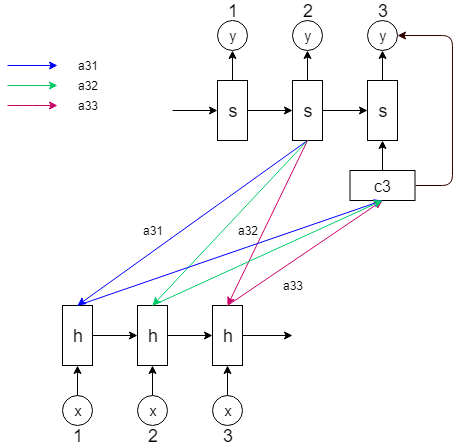
lyzKF/lyzKF.github.io keeps this draw.io diagram as img/seq2seq-atten.png. Above is the earlier version. Source tidied: cells renumbered, new cells last; positions are measured from the earlier drawing's top-left corner, leaving out a move shared by most shapes.
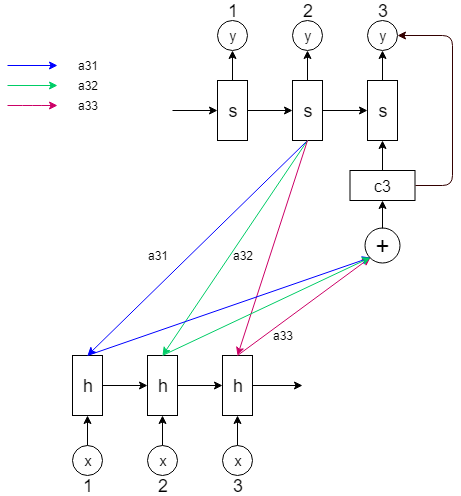
After the change.

The edit, as a diff of the source:
```diff
@@ -18,22 +18,22 @@
       <mxGeometry relative="1" as="geometry" />
     </mxCell>
     <mxCell id="7" value="&lt;font style=&quot;font-size: 18px&quot;&gt;h&lt;/font&gt;" style="rounded=0;whiteSpace=wrap;html=1;" parent="1" vertex="1">
-      <mxGeometry x="55" y="305" width="30" height="60" as="geometry" />
+      <mxGeometry x="65" y="355" width="30" height="60" as="geometry" />
     </mxCell>
     <mxCell id="8" value="&lt;font style=&quot;font-size: 14px&quot;&gt;x&lt;/font&gt;" style="ellipse;whiteSpace=wrap;html=1;" parent="1" vertex="1">
-      <mxGeometry x="55" y="395" width="30" height="30" as="geometry" />
+      <mxGeometry x="65" y="445" width="30" height="30" as="geometry" />
     </mxCell>
     <mxCell id="9" value="&lt;font style=&quot;font-size: 18px&quot;&gt;h&lt;/font&gt;" style="rounded=0;whiteSpace=wrap;html=1;" parent="1" vertex="1">
-      <mxGeometry x="130" y="305" width="30" height="60" as="geometry" />
+      <mxGeometry x="140" y="355" width="30" height="60" as="geometry" />
     </mxCell>
     <mxCell id="10" value="&lt;font style=&quot;font-size: 14px&quot;&gt;x&lt;/font&gt;" style="ellipse;whiteSpace=wrap;html=1;" parent="1" vertex="1">
-      <mxGeometry x="130" y="395" width="30" height="30" as="geometry" />
+      <mxGeometry x="140" y="445" width="30" height="30" as="geometry" />
     </mxCell>
     <mxCell id="11" value="&lt;font style=&quot;font-size: 18px&quot;&gt;h&lt;/font&gt;" style="rounded=0;whiteSpace=wrap;html=1;" parent="1" vertex="1">
-      <mxGeometry x="205" y="305" width="30" height="60" as="geometry" />
+      <mxGeometry x="215" y="355" width="30" height="60" as="geometry" />
     </mxCell>
     <mxCell id="12" value="&lt;font style=&quot;font-size: 14px&quot;&gt;x&lt;/font&gt;" style="ellipse;whiteSpace=wrap;html=1;" parent="1" vertex="1">
-      <mxGeometry x="205" y="395" width="30" height="30" as="geometry" />
+      <mxGeometry x="215" y="445" width="30" height="30" as="geometry" />
     </mxCell>
     <mxCell id="13" style="endArrow=classic;html=1;entryX=0;entryY=0.5;entryDx=0;entryDy=0;exitX=1;exitY=0.5;exitDx=0;exitDy=0;" parent="1" edge="1" source="7" target="9">
       <mxGeometry relative="1" as="geometry" />
@@ -51,13 +51,13 @@
       <mxGeometry relative="1" as="geometry" />
     </mxCell>
     <mxCell id="18" value="&lt;font style=&quot;font-size: 18px&quot;&gt;3&lt;/font&gt;" style="text;html=1;strokeColor=none;fillColor=none;align=center;verticalAlign=middle;whiteSpace=wrap;rounded=0;" parent="1" vertex="1">
-      <mxGeometry x="200" y="425" width="40" height="20" as="geometry" />
+      <mxGeometry x="210" y="475" width="40" height="20" as="geometry" />
     </mxCell>
     <mxCell id="19" value="&lt;font style=&quot;font-size: 18px&quot;&gt;2&lt;/font&gt;" style="text;html=1;strokeColor=none;fillColor=none;align=center;verticalAlign=middle;whiteSpace=wrap;rounded=0;" parent="1" vertex="1">
-      <mxGeometry x="125" y="425" width="40" height="20" as="geometry" />
+      <mxGeometry x="135" y="475" width="40" height="20" as="geometry" />
     </mxCell>
     <mxCell id="20" value="&lt;font style=&quot;font-size: 18px&quot;&gt;1&lt;/font&gt;" style="text;html=1;strokeColor=none;fillColor=none;align=center;verticalAlign=middle;whiteSpace=wrap;rounded=0;" parent="1" vertex="1">
-      <mxGeometry x="50" y="425" width="40" height="20" as="geometry" />
+      <mxGeometry x="60" y="475" width="40" height="20" as="geometry" />
     </mxCell>
     <mxCell id="21" value="&lt;font style=&quot;font-size: 14px&quot;&gt;y&lt;/font&gt;" style="ellipse;whiteSpace=wrap;html=1;" parent="1" vertex="1">
       <mxGeometry x="210" y="20" width="30" height="30" as="geometry" />
@@ -87,24 +87,24 @@
       <mxGeometry relative="1" as="geometry" />
     </mxCell>
     <mxCell id="30" value="a31" style="text;html=1;strokeColor=none;fillColor=none;align=center;verticalAlign=middle;whiteSpace=wrap;rounded=0;" parent="1" vertex="1">
-      <mxGeometry x="125" y="220" width="40" height="20" as="geometry" />
+      <mxGeometry x="130" y="245" width="40" height="20" as="geometry" />
     </mxCell>
     <mxCell id="31" value="a33" style="text;html=1;strokeColor=none;fillColor=none;align=center;verticalAlign=middle;whiteSpace=wrap;rounded=0;" parent="1" vertex="1">
-      <mxGeometry x="265" y="275" width="40" height="20" as="geometry" />
+      <mxGeometry x="255" y="325" width="40" height="20" as="geometry" />
     </mxCell>
     <mxCell id="32" value="a32" style="text;html=1;strokeColor=none;fillColor=none;align=center;verticalAlign=middle;whiteSpace=wrap;rounded=0;" parent="1" vertex="1">
-      <mxGeometry x="220" y="220" width="40" height="20" as="geometry" />
+      <mxGeometry x="215" y="245" width="40" height="20" as="geometry" />
     </mxCell>
     <mxCell id="33" value="&lt;font style=&quot;font-size: 16px&quot;&gt;c3&lt;/font&gt;" style="rounded=0;whiteSpace=wrap;html=1;fontSize=16;" parent="1" vertex="1">
       <mxGeometry x="342.5" y="170" width="65" height="30" as="geometry" />
     </mxCell>
-    <mxCell id="34" style="endArrow=classic;html=1;entryX=0.5;entryY=1;entryDx=0;entryDy=0;exitX=0.5;exitY=0;exitDx=0;exitDy=0;strokeColor=#CC0066;" parent="1" edge="1" source="11" target="33">
+    <mxCell id="34" style="endArrow=classic;html=1;entryX=0;entryY=1;entryDx=0;entryDy=0;exitX=0.5;exitY=0;exitDx=0;exitDy=0;strokeColor=#CC0066;" parent="1" edge="1" source="11" target="50">
       <mxGeometry relative="1" as="geometry" />
     </mxCell>
-    <mxCell id="35" style="endArrow=classic;html=1;exitX=0.5;exitY=0;exitDx=0;exitDy=0;entryX=0.5;entryY=1;entryDx=0;entryDy=0;strokeColor=#0000FF;" parent="1" edge="1" source="7" target="33">
+    <mxCell id="35" style="endArrow=classic;html=1;exitX=0.5;exitY=0;exitDx=0;exitDy=0;entryX=0;entryY=1;entryDx=0;entryDy=0;strokeColor=#0000FF;" parent="1" edge="1" source="7" target="50">
       <mxGeometry relative="1" as="geometry" />
     </mxCell>
-    <mxCell id="36" style="endArrow=classic;html=1;entryX=0.5;entryY=1;entryDx=0;entryDy=0;exitX=0.5;exitY=0;exitDx=0;exitDy=0;strokeColor=#00CC66;" parent="1" edge="1" source="9" target="33">
+    <mxCell id="36" style="endArrow=classic;html=1;entryX=0;entryY=1;entryDx=0;entryDy=0;exitX=0.5;exitY=0;exitDx=0;exitDy=0;strokeColor=#00CC66;" parent="1" edge="1" source="9" target="50">
       <mxGeometry relative="1" as="geometry" />
     </mxCell>
     <mxCell id="37" style="endArrow=classic;html=1;strokeColor=#0000FF;" parent="1" edge="1">
@@ -163,8 +163,14 @@
     </mxCell>
     <mxCell id="49" style="endArrow=classic;html=1;exitX=1;exitY=0.5;exitDx=0;exitDy=0;" parent="1" edge="1" source="11">
       <mxGeometry relative="1" as="geometry">
-        <mxPoint x="285" y="335" as="targetPoint" />
+        <mxPoint x="295" y="385" as="targetPoint" />
       </mxGeometry>
     </mxCell>
+    <mxCell id="50" value="&lt;font style=&quot;font-size: 24px&quot;&gt;+&lt;/font&gt;" style="ellipse;whiteSpace=wrap;html=1;" parent="1" vertex="1">
+      <mxGeometry x="357.5" y="227.5" width="35" height="35" as="geometry" />
+    </mxCell>
+    <mxCell id="51" style="endArrow=classic;html=1;entryX=0.5;entryY=1;entryDx=0;entryDy=0;exitX=0.5;exitY=0;exitDx=0;exitDy=0;" parent="1" edge="1" source="50" target="33">
+      <mxGeometry relative="1" as="geometry" />
+    </mxCell>
   </root>
 </mxGraphModel>
```
